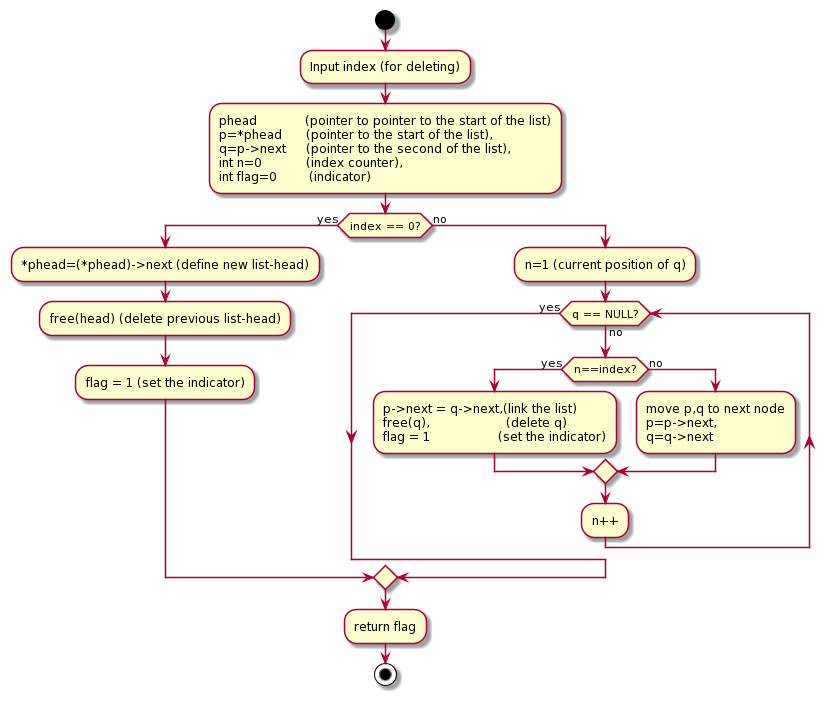
Earlier version of the PlantUML export linklist deleting.png (ShaofengWu123/Data-Structure).
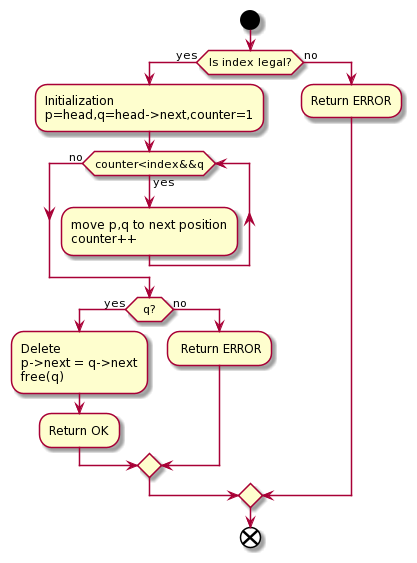
After the change.

Diff of the diagram source:
```diff
@@ -1,33 +1,23 @@
 @startuml
 start
-:Input index (for deleting);
-:phead            (pointer to pointer to the start of the list)
-p=*phead      (pointer to the start of the list),
-q=p->next     (pointer to the second of the list),
-int n=0           (index counter),
-int flag=0        (indicator);
-if(index == 0?) then (yes)
- :*phead=(*phead)->next (define new list-head);
+if (Is index legal?) then (yes)
+ :Initialization
+ p=head,q=head->next,counter=1;
 
- :free(head) (delete previous list-head);
-
- :flag = 1 (set the indicator);
-else(no)
- :n=1 (current position of q);
-while(q == NULL?)is (no)
- if(n==index?) then (yes)
-  :p->next = q->next,(link the list)
-  free(q),                   (delete q)
-  flag = 1                 (set the indicator);
-
- else(no)
-  :move p,q to next node
- p=p->next,
- q=q->next;
- endif
- :n++;
-endwhile(yes)
+ while (counter<index&&q) is (yes)
+  :move p,q to next position
+  counter++;
+ endwhile (no)
+ if(q?) then (yes)
+ :Delete
+ p->next = q->next
+ free(q);
+ :Return OK;
+else (no)
+ : Return ERROR;
 endif
-:return flag;
-stop
+else (no)
+ :Return ERROR;
+endif
+end
 @enduml
```
